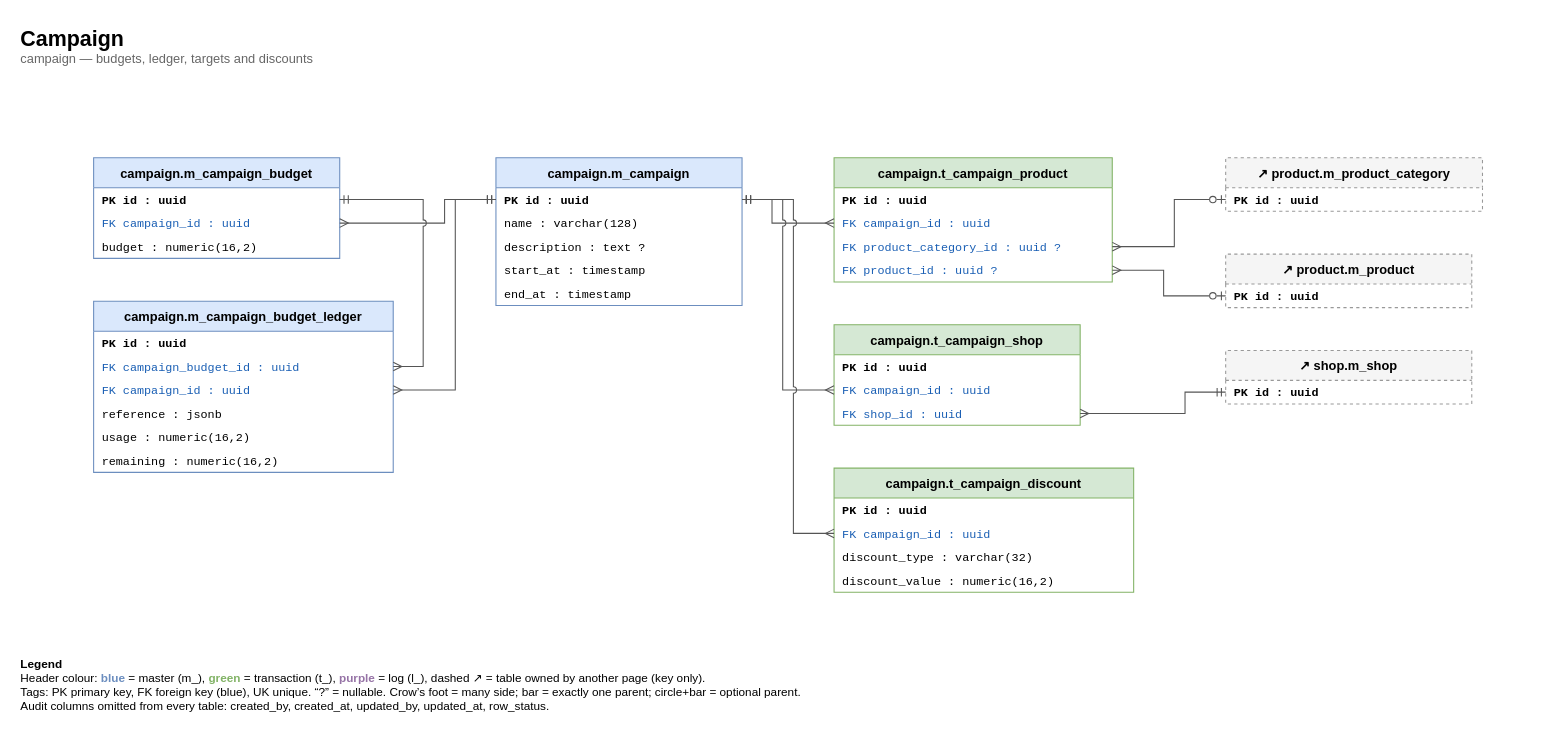
Earlier version of the draw.io diagram page "6 Campaign" (7 of 8) of e-commerce/db/er-diagram.drawio (ittikornsopawan/system-analysis-and-design). Source tidied: cells renumbered, new cells numbered last; positions are measured from the earlier drawing's top-left corner, leaving out a move shared by most shapes. Both pictures are drawn from the tidied source at 107%, with x=0, y=0 at pixel (18, 18).
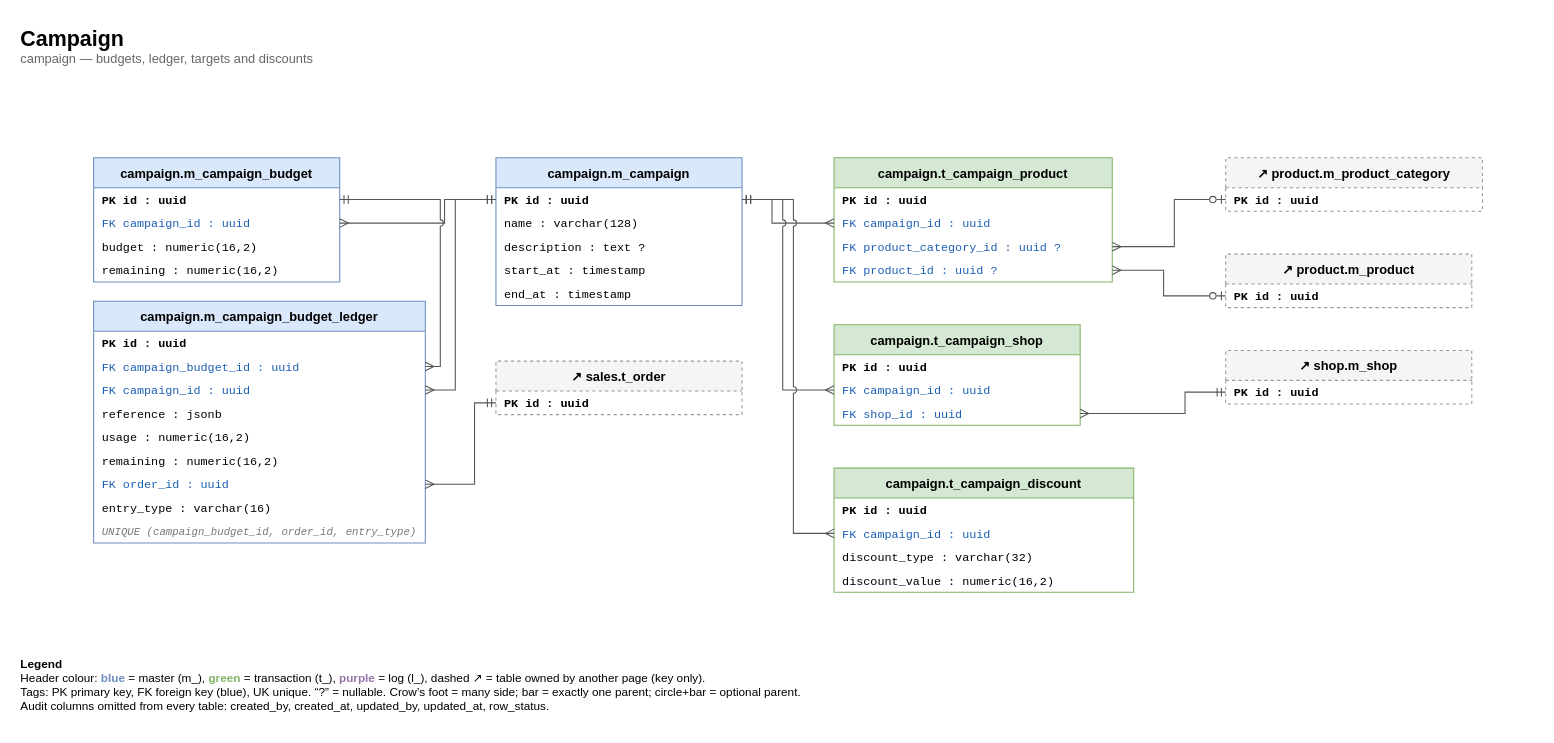
The same page after the edit.

Unchanged cells that the change refers to:
```xml
<mxCell id="4" value="PK    id : uuid" style="text;html=0;strokeColor=none;fillColor=none;align=left;verticalAlign=middle;spacingLeft=6;spacingRight=4;overflow=hidden;whiteSpace=nowrap;fontFamily=Courier New;fontSize=11;fontStyle=1;" parent="3" vertex="1">
  <mxGeometry y="28" width="230" height="22" as="geometry" />
</mxCell>
```

What changed in the source:
```diff
@@
     <mxCell id="3" value="campaign.m_campaign_budget" style="swimlane;fontStyle=1;horizontal=1;startSize=28;fillColor=#dae8fc;strokeColor=#6c8ebf;swimlaneFillColor=#ffffff;fontSize=12;" parent="1" vertex="1">
-      <mxGeometry x="70" y="130" width="230" height="94" as="geometry" />
+      <mxGeometry x="70" y="130" width="230" height="116" as="geometry" />
     </mxCell>
@@
+    <mxCell id="50" value="      remaining : numeric(16,2)" style="text;html=0;strokeColor=none;fillColor=none;align=left;verticalAlign=middle;spacingLeft=6;spacingRight=4;overflow=hidden;whiteSpace=nowrap;fontFamily=Courier New;fontSize=11;" parent="3" vertex="1">
+      <mxGeometry y="94" width="230" height="22" as="geometry" />
+    </mxCell>
     <mxCell id="7" value="campaign.m_campaign_budget_ledger" style="swimlane;fontStyle=1;horizontal=1;startSize=28;fillColor=#dae8fc;strokeColor=#6c8ebf;swimlaneFillColor=#ffffff;fontSize=12;" parent="1" vertex="1">
-      <mxGeometry x="70" y="264" width="280" height="160" as="geometry" />
+      <mxGeometry x="70" y="264" width="310" height="226" as="geometry" />
     </mxCell>
     <mxCell id="8" value="PK    id : uuid" style="text;html=0;strokeColor=none;fillColor=none;align=left;verticalAlign=middle;spacingLeft=6;spacingRight=4;overflow=hidden;whiteSpace=nowrap;fontFamily=Courier New;fontSize=11;fontStyle=1;" parent="7" vertex="1">
-      <mxGeometry y="28" width="280" height="22" as="geometry" />
+      <mxGeometry y="28" width="310" height="22" as="geometry" />
     </mxCell>
     <mxCell id="9" value="FK    campaign_budget_id : uuid" style="text;html=0;strokeColor=none;fillColor=none;align=left;verticalAlign=middle;spacingLeft=6;spacingRight=4;overflow=hidden;whiteSpace=nowrap;fontFamily=Courier New;fontSize=11;fontColor=#1a5fb4;" parent="7" vertex="1">
-      <mxGeometry y="50" width="280" height="22" as="geometry" />
+      <mxGeometry y="50" width="310" height="22" as="geometry" />
     </mxCell>
     <mxCell id="10" value="FK    campaign_id : uuid" style="text;html=0;strokeColor=none;fillColor=none;align=left;verticalAlign=middle;spacingLeft=6;spacingRight=4;overflow=hidden;whiteSpace=nowrap;fontFamily=Courier New;fontSize=11;fontColor=#1a5fb4;" parent="7" vertex="1">
-      <mxGeometry y="72" width="280" height="22" as="geometry" />
+      <mxGeometry y="72" width="310" height="22" as="geometry" />
     </mxCell>
     <mxCell id="11" value="      reference : jsonb" style="text;html=0;strokeColor=none;fillColor=none;align=left;verticalAlign=middle;spacingLeft=6;spacingRight=4;overflow=hidden;whiteSpace=nowrap;fontFamily=Courier New;fontSize=11;" parent="7" vertex="1">
-      <mxGeometry y="94" width="280" height="22" as="geometry" />
+      <mxGeometry y="94" width="310" height="22" as="geometry" />
     </mxCell>
     <mxCell id="12" value="      usage : numeric(16,2)" style="text;html=0;strokeColor=none;fillColor=none;align=left;verticalAlign=middle;spacingLeft=6;spacingRight=4;overflow=hidden;whiteSpace=nowrap;fontFamily=Courier New;fontSize=11;" parent="7" vertex="1">
-      <mxGeometry y="116" width="280" height="22" as="geometry" />
+      <mxGeometry y="116" width="310" height="22" as="geometry" />
     </mxCell>
     <mxCell id="13" value="      remaining : numeric(16,2)" style="text;html=0;strokeColor=none;fillColor=none;align=left;verticalAlign=middle;spacingLeft=6;spacingRight=4;overflow=hidden;whiteSpace=nowrap;fontFamily=Courier New;fontSize=11;" parent="7" vertex="1">
-      <mxGeometry y="138" width="280" height="22" as="geometry" />
+      <mxGeometry y="138" width="310" height="22" as="geometry" />
     </mxCell>
+    <mxCell id="51" value="FK    order_id : uuid" style="text;html=0;strokeColor=none;fillColor=none;align=left;verticalAlign=middle;spacingLeft=6;spacingRight=4;overflow=hidden;whiteSpace=nowrap;fontFamily=Courier New;fontSize=11;fontColor=#1a5fb4;" parent="7" vertex="1">
+      <mxGeometry y="160" width="310" height="22" as="geometry" />
+    </mxCell>
+    <mxCell id="52" value="      entry_type : varchar(16)" style="text;html=0;strokeColor=none;fillColor=none;align=left;verticalAlign=middle;spacingLeft=6;spacingRight=4;overflow=hidden;whiteSpace=nowrap;fontFamily=Courier New;fontSize=11;" parent="7" vertex="1">
+      <mxGeometry y="182" width="310" height="22" as="geometry" />
+    </mxCell>
+    <mxCell id="53" value="UNIQUE (campaign_budget_id, order_id, entry_type)" style="text;html=0;strokeColor=none;fillColor=none;align=left;verticalAlign=middle;spacingLeft=6;overflow=hidden;whiteSpace=nowrap;fontFamily=Courier New;fontSize=10;fontColor=#777777;fontStyle=2;" parent="7" vertex="1">
+      <mxGeometry y="204" width="310" height="22" as="geometry" />
+    </mxCell>
@@
+    <mxCell id="54" value="↗ sales.t_order" style="swimlane;fontStyle=1;horizontal=1;startSize=28;fillColor=#f5f5f5;strokeColor=#999999;swimlaneFillColor=#ffffff;fontSize=12;dashed=1;" parent="1" vertex="1">
+      <mxGeometry x="446" y="320" width="230" height="50" as="geometry" />
+    </mxCell>
+    <mxCell id="55" value="PK    id : uuid" style="text;html=0;strokeColor=none;fillColor=none;align=left;verticalAlign=middle;spacingLeft=6;spacingRight=4;overflow=hidden;whiteSpace=nowrap;fontFamily=Courier New;fontSize=11;fontStyle=1;" parent="54" vertex="1">
+      <mxGeometry y="28" width="230" height="22" as="geometry" />
+    </mxCell>
@@
     <mxCell id="41" style="html=1;rounded=0;jumpStyle=arc;jumpSize=6;startArrow=ERmany;startFill=0;endArrow=ERmandOne;endFill=0;strokeColor=#555555;exitX=1;exitY=0.5;exitDx=0;exitDy=0;entryX=1;entryY=0.5;entryDx=0;entryDy=0;" parent="1" edge="1" source="9" target="4">
       <mxGeometry relative="1" as="geometry">
         <Array as="points">
-          <mxPoint x="378" y="325" />
-          <mxPoint x="378" y="169" />
+          <mxPoint x="394" y="325" />
+          <mxPoint x="394" y="169" />
         </Array>
       </mxGeometry>
     </mxCell>
@@
+    <mxCell id="56" style="html=1;rounded=0;jumpStyle=arc;jumpSize=6;startArrow=ERmany;startFill=0;endArrow=ERmandOne;endFill=0;strokeColor=#555555;exitX=1;exitY=0.5;exitDx=0;exitDy=0;entryX=0;entryY=0.5;entryDx=0;entryDy=0;" parent="1" edge="1" source="51" target="55">
+      <mxGeometry relative="1" as="geometry">
+        <Array as="points">
+          <mxPoint x="426" y="435" />
+          <mxPoint x="426" y="359" />
+        </Array>
+      </mxGeometry>
+    </mxCell>
```
